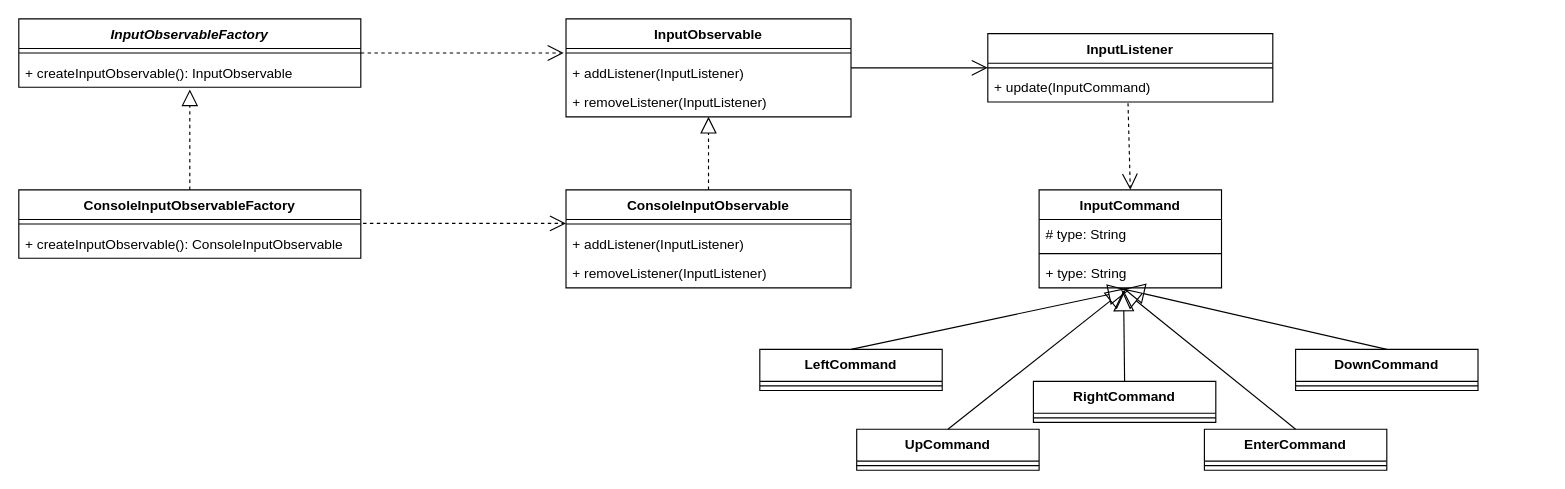
Above: architecture/source/input_component.drawio in Soykaa/Roguelike (draw.io), before the change. Source tidied: cells renumbered, new cells numbered last; positions are measured from the earlier drawing's top-left corner, leaving out a move shared by most shapes. Both pictures are drawn from the tidied source at 114%, with x=0, y=0 at pixel (18, 18).
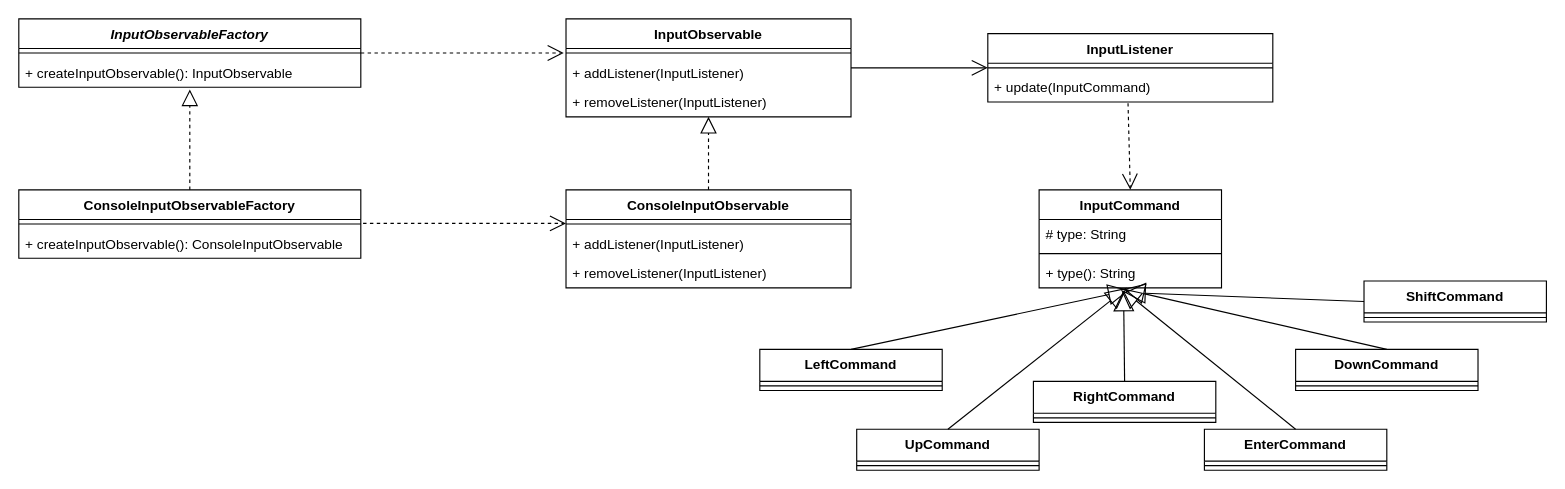
The same diagram, later.

Commit message (it also covers changes not shown here):
add input component description

The change refers to these unchanged cells:
```xml
<mxCell id="19" value="InputCommand" style="swimlane;fontStyle=1;align=center;verticalAlign=top;horizontal=1;startSize=26;" parent="1" vertex="1">
  <mxGeometry x="895" y="150" width="160" height="86" as="geometry" />
</mxCell>
```

What changed in the source:
```diff
@@
-    <mxCell id="22" value="+ type: String" style="text;strokeColor=none;fillColor=none;align=left;verticalAlign=top;spacingLeft=4;spacingRight=4;overflow=hidden;points=[[0,0.5],[1,0.5]];portConstraint=eastwest;" parent="19" vertex="1">
+    <mxCell id="22" value="+ type(): String" style="text;strokeColor=none;fillColor=none;align=left;verticalAlign=top;spacingLeft=4;spacingRight=4;overflow=hidden;points=[[0,0.5],[1,0.5]];portConstraint=eastwest;" parent="19" vertex="1">
       <mxGeometry y="60" width="160" height="26" as="geometry" />
     </mxCell>
@@
+    <mxCell id="44" value="ShiftCommand" style="swimlane;fontStyle=1;align=center;verticalAlign=top;horizontal=1;startSize=28;" parent="1" vertex="1">
+      <mxGeometry x="1180" y="230" width="160" height="36" as="geometry" />
+    </mxCell>
+    <mxCell id="45" style="line;strokeWidth=1;fillColor=none;align=left;verticalAlign=middle;spacingTop=-1;spacingLeft=3;spacingRight=3;labelPosition=right;" parent="44" vertex="1">
+      <mxGeometry y="28" width="160" height="8" as="geometry" />
+    </mxCell>
+    <mxCell id="46" style="endArrow=block;endSize=16;endFill=0;html=1;exitX=0;exitY=0.5;exitDx=0;exitDy=0;" parent="1" edge="1" source="44">
+      <mxGeometry relative="1" as="geometry">
+        <mxPoint x="970" y="240" as="targetPoint" />
+      </mxGeometry>
+    </mxCell>
```
